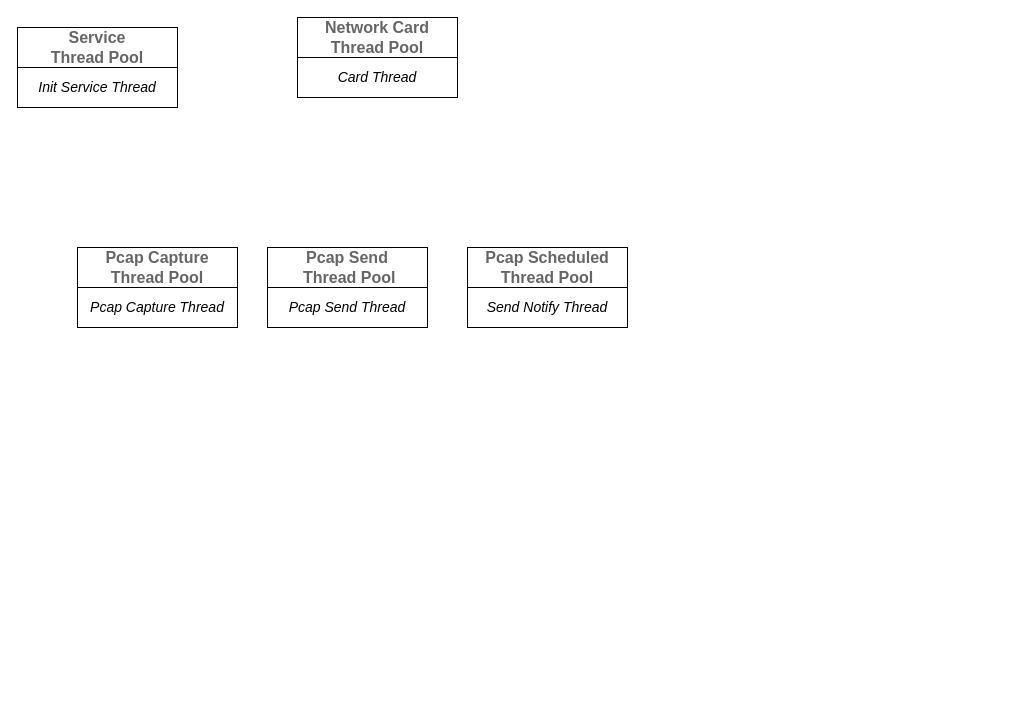
umiskky/Diagrams keeps this draw.io diagram as CS/ComputerNetwork/LanChatThreadPool.drawio. Above is the earlier version. Source tidied: cells renumbered, new cells numbered last; positions are measured from the earlier drawing's top-left corner, leaving out a move shared by most shapes. Both pictures are drawn from the tidied source at 100%, with x=0, y=0 at pixel (17, 17).
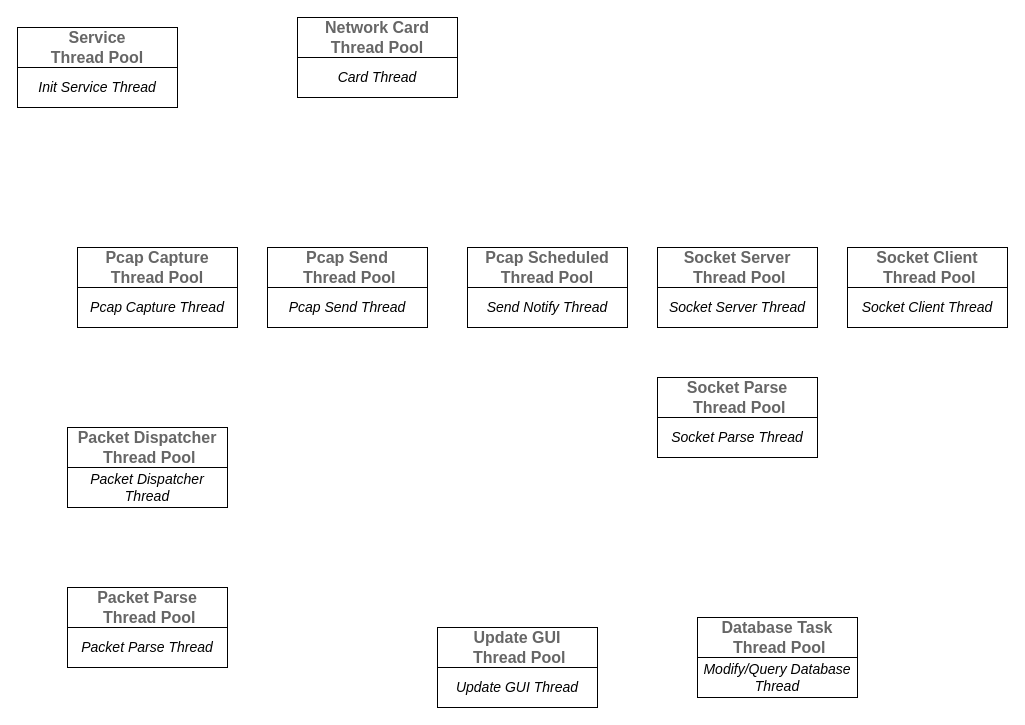
The same diagram, later.

Diff of the diagram source:
```diff
@@
+    <mxCell id="17" style="group;" parent="1" vertex="1">
+      <mxGeometry x="50" y="570" width="160" height="80" as="geometry" />
+    </mxCell>
+    <mxCell id="18" value="&lt;font style=&quot;font-size: 16px&quot; color=&quot;#666666&quot;&gt;&lt;b&gt;Packet Parse&lt;br&gt;&amp;nbsp;Thread Pool&lt;/b&gt;&lt;/font&gt;" style="rounded=0;whiteSpace=wrap;html=1;" parent="17" vertex="1">
+      <mxGeometry width="160" height="40" as="geometry" />
+    </mxCell>
+    <mxCell id="19" value="&lt;font style=&quot;font-size: 14px&quot;&gt;&lt;i&gt;Packet Parse Thread&lt;/i&gt;&lt;/font&gt;" style="rounded=0;whiteSpace=wrap;html=1;" parent="17" vertex="1">
+      <mxGeometry y="40" width="160" height="40" as="geometry" />
+    </mxCell>
+    <mxCell id="20" style="group;" parent="1" vertex="1">
+      <mxGeometry x="50" y="410" width="160" height="80" as="geometry" />
+    </mxCell>
+    <mxCell id="21" value="&lt;font style=&quot;font-size: 16px&quot; color=&quot;#666666&quot;&gt;&lt;b&gt;Packet Dispatcher&lt;br&gt;&amp;nbsp;Thread Pool&lt;/b&gt;&lt;/font&gt;" style="rounded=0;whiteSpace=wrap;html=1;" parent="20" vertex="1">
+      <mxGeometry width="160" height="40" as="geometry" />
+    </mxCell>
+    <mxCell id="22" value="&lt;font style=&quot;font-size: 14px&quot;&gt;&lt;i&gt;Packet Dispatcher Thread&lt;/i&gt;&lt;/font&gt;" style="rounded=0;whiteSpace=wrap;html=1;" parent="20" vertex="1">
+      <mxGeometry y="40" width="160" height="40" as="geometry" />
+    </mxCell>
+    <mxCell id="23" style="group;" parent="1" vertex="1">
+      <mxGeometry x="640" y="230" width="160" height="80" as="geometry" />
+    </mxCell>
+    <mxCell id="24" value="&lt;font style=&quot;font-size: 16px&quot; color=&quot;#666666&quot;&gt;&lt;b&gt;Socket Server&lt;br&gt;&amp;nbsp;Thread Pool&lt;/b&gt;&lt;/font&gt;" style="rounded=0;whiteSpace=wrap;html=1;" parent="23" vertex="1">
+      <mxGeometry width="160" height="40" as="geometry" />
+    </mxCell>
+    <mxCell id="25" value="&lt;font style=&quot;font-size: 14px&quot;&gt;&lt;i&gt;Socket Server Thread&lt;/i&gt;&lt;/font&gt;" style="rounded=0;whiteSpace=wrap;html=1;" parent="23" vertex="1">
+      <mxGeometry y="40" width="160" height="40" as="geometry" />
+    </mxCell>
+    <mxCell id="26" style="group;" parent="1" vertex="1">
+      <mxGeometry x="830" y="230" width="160" height="80" as="geometry" />
+    </mxCell>
+    <mxCell id="27" value="&lt;font style=&quot;font-size: 16px&quot; color=&quot;#666666&quot;&gt;&lt;b&gt;Socket Client&lt;br&gt;&amp;nbsp;Thread Pool&lt;/b&gt;&lt;/font&gt;" style="rounded=0;whiteSpace=wrap;html=1;" parent="26" vertex="1">
+      <mxGeometry width="160" height="40" as="geometry" />
+    </mxCell>
+    <mxCell id="28" value="&lt;font style=&quot;font-size: 14px&quot;&gt;&lt;i&gt;Socket Client Thread&lt;/i&gt;&lt;/font&gt;" style="rounded=0;whiteSpace=wrap;html=1;" parent="26" vertex="1">
+      <mxGeometry y="40" width="160" height="40" as="geometry" />
+    </mxCell>
+    <mxCell id="29" style="group;" parent="1" vertex="1">
+      <mxGeometry x="640" y="360" width="160" height="80" as="geometry" />
+    </mxCell>
+    <mxCell id="30" value="&lt;font style=&quot;font-size: 16px&quot; color=&quot;#666666&quot;&gt;&lt;b&gt;Socket Parse&lt;br&gt;&amp;nbsp;Thread Pool&lt;/b&gt;&lt;/font&gt;" style="rounded=0;whiteSpace=wrap;html=1;" parent="29" vertex="1">
+      <mxGeometry width="160" height="40" as="geometry" />
+    </mxCell>
+    <mxCell id="31" value="&lt;font style=&quot;font-size: 14px&quot;&gt;&lt;i&gt;Socket Parse Thread&lt;/i&gt;&lt;/font&gt;" style="rounded=0;whiteSpace=wrap;html=1;" parent="29" vertex="1">
+      <mxGeometry y="40" width="160" height="40" as="geometry" />
+    </mxCell>
+    <mxCell id="32" style="group;" parent="1" vertex="1">
+      <mxGeometry x="420" y="610" width="160" height="80" as="geometry" />
+    </mxCell>
+    <mxCell id="33" value="&lt;font style=&quot;font-size: 16px&quot; color=&quot;#666666&quot;&gt;&lt;b&gt;Update GUI&lt;br&gt;&amp;nbsp;Thread Pool&lt;/b&gt;&lt;/font&gt;" style="rounded=0;whiteSpace=wrap;html=1;" parent="32" vertex="1">
+      <mxGeometry width="160" height="40" as="geometry" />
+    </mxCell>
+    <mxCell id="34" value="&lt;font style=&quot;font-size: 14px&quot;&gt;&lt;i&gt;Update GUI Thread&lt;/i&gt;&lt;/font&gt;" style="rounded=0;whiteSpace=wrap;html=1;" parent="32" vertex="1">
+      <mxGeometry y="40" width="160" height="40" as="geometry" />
+    </mxCell>
+    <mxCell id="35" style="group;" parent="1" vertex="1">
+      <mxGeometry x="680" y="600" width="160" height="80" as="geometry" />
+    </mxCell>
+    <mxCell id="36" value="&lt;font style=&quot;font-size: 16px&quot; color=&quot;#666666&quot;&gt;&lt;b&gt;Database Task&lt;br&gt;&amp;nbsp;Thread Pool&lt;/b&gt;&lt;/font&gt;" style="rounded=0;whiteSpace=wrap;html=1;" parent="35" vertex="1">
+      <mxGeometry width="160" height="40" as="geometry" />
+    </mxCell>
+    <mxCell id="37" value="&lt;font style=&quot;font-size: 14px&quot;&gt;&lt;i&gt;Modify/Query Database Thread&lt;/i&gt;&lt;/font&gt;" style="rounded=0;whiteSpace=wrap;html=1;" parent="35" vertex="1">
+      <mxGeometry y="40" width="160" height="40" as="geometry" />
+    </mxCell>
```
